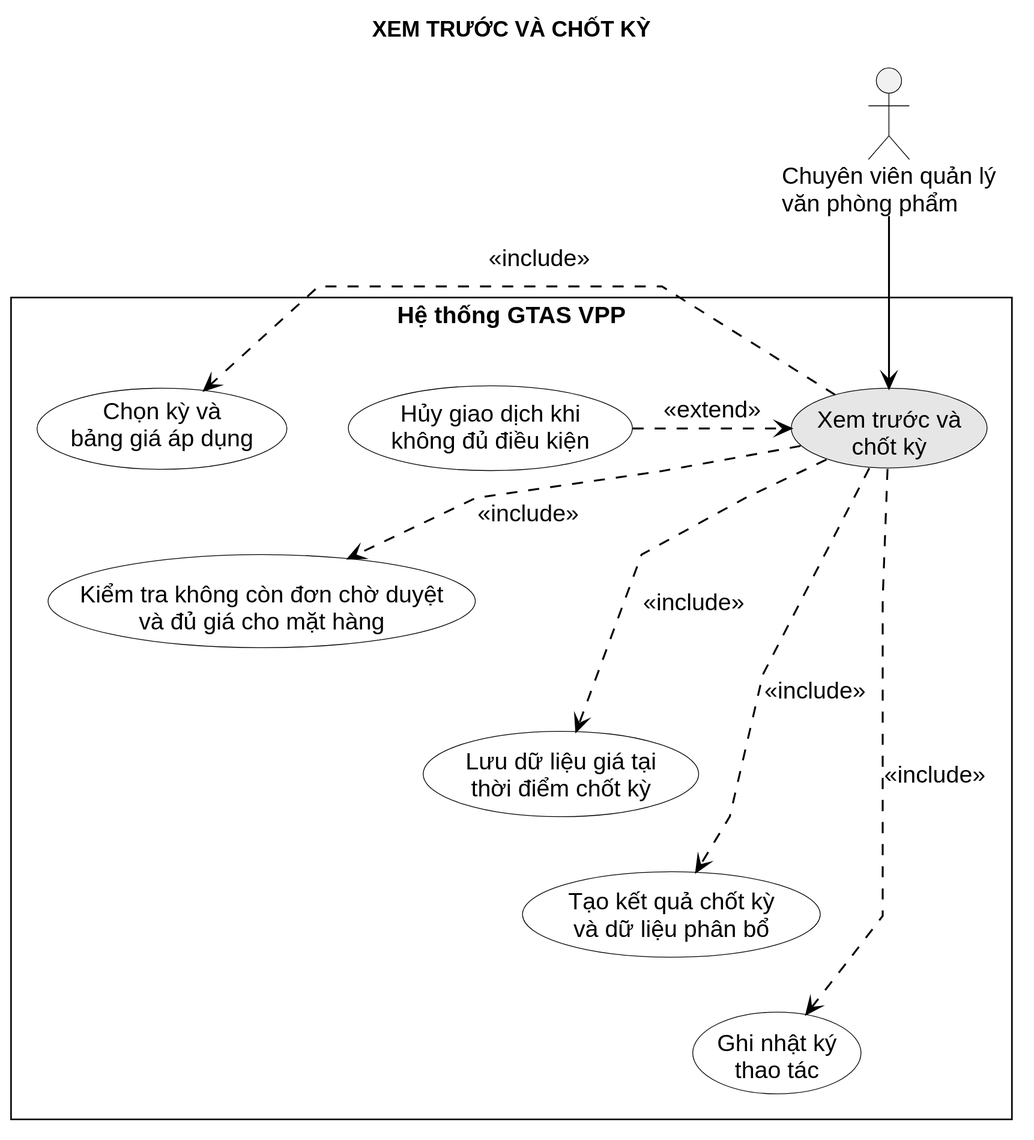
This is LVTN/diagrams/ch03/use-case-settle-period.svg from Miikey24s/gtas_vpp, a PlantUML export, as it was before one commit.
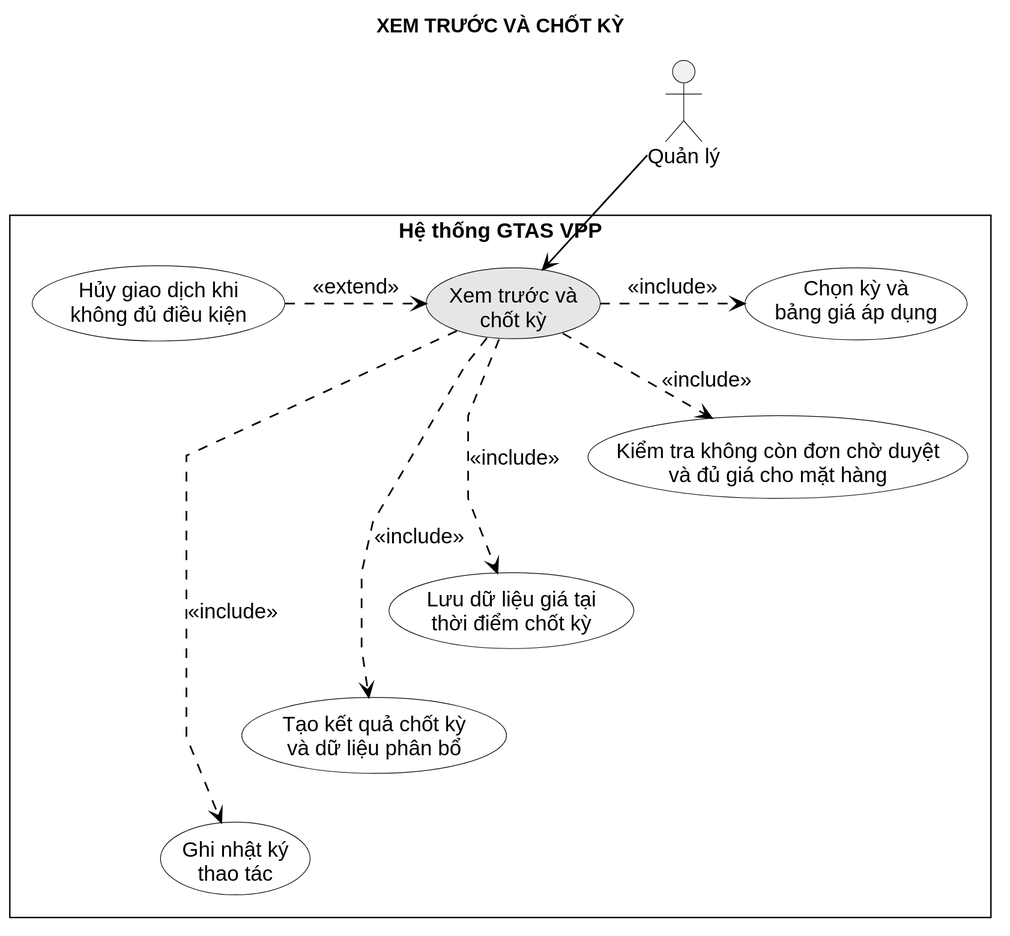
Later version of the same file.

What changed in the source:
```diff
@@ -2,7 +2,7 @@
 !include ../common/usecase-style.puml
 title XEM TRƯỚC VÀ CHỐT KỲ
 
-actor "Chuyên viên quản lý\nvăn phòng phẩm" as Procurement
+actor "Quản lý" as Procurement
 
 rectangle "Hệ thống GTAS VPP" {
   usecase "Xem trước và\nchốt kỳ" as Settle #E6E6E6
@@ -13,9 +13,8 @@
   usecase "Ghi nhật ký\nthao tác" as Log
   usecase "Hủy giao dịch khi\nkhông đủ điều kiện" as Rollback
 
-  Settle -[hidden]right- Select
   Settle .> Select : <<include>>
-  Settle .> Validate : <<include>>
+  Settle .[norank].> Validate : <<include>>
   Settle .> Snapshot : <<include>>
   Settle .> Mark : <<include>>
   Settle .> Log : <<include>>
@@ -27,5 +26,6 @@
   Mark -[hidden]down- Log
 }
 
+Procurement -[hidden]down- Select
 Procurement --> Settle
 @enduml
```
